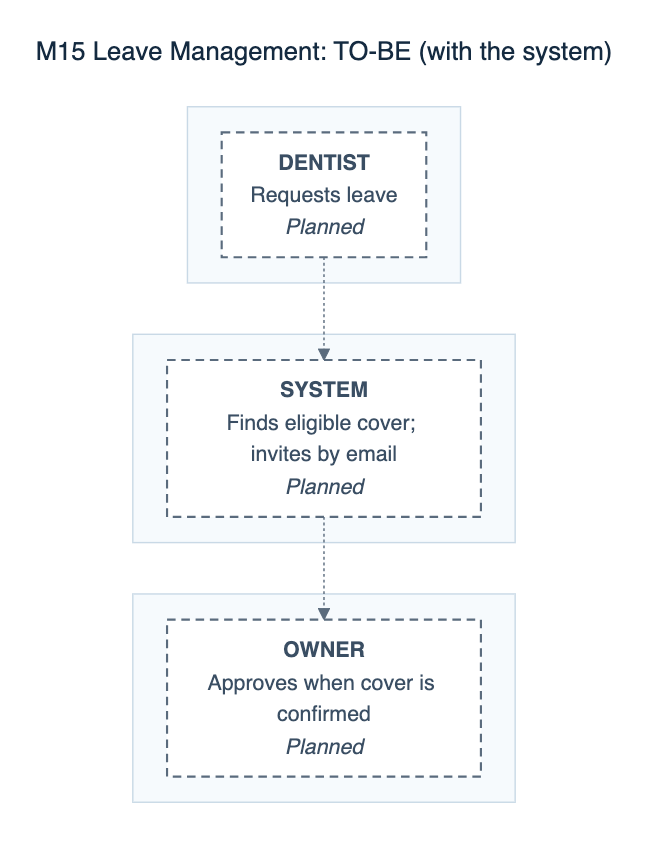
0phem/multibranch-dental-clinic keeps this Mermaid diagram as docs/defense/diagrams/png/M15-leave-management-to-be.png. Above is the earlier version. Its source is kept beside it as docs/defense/diagrams/M15-leave-management-to-be.mmd.
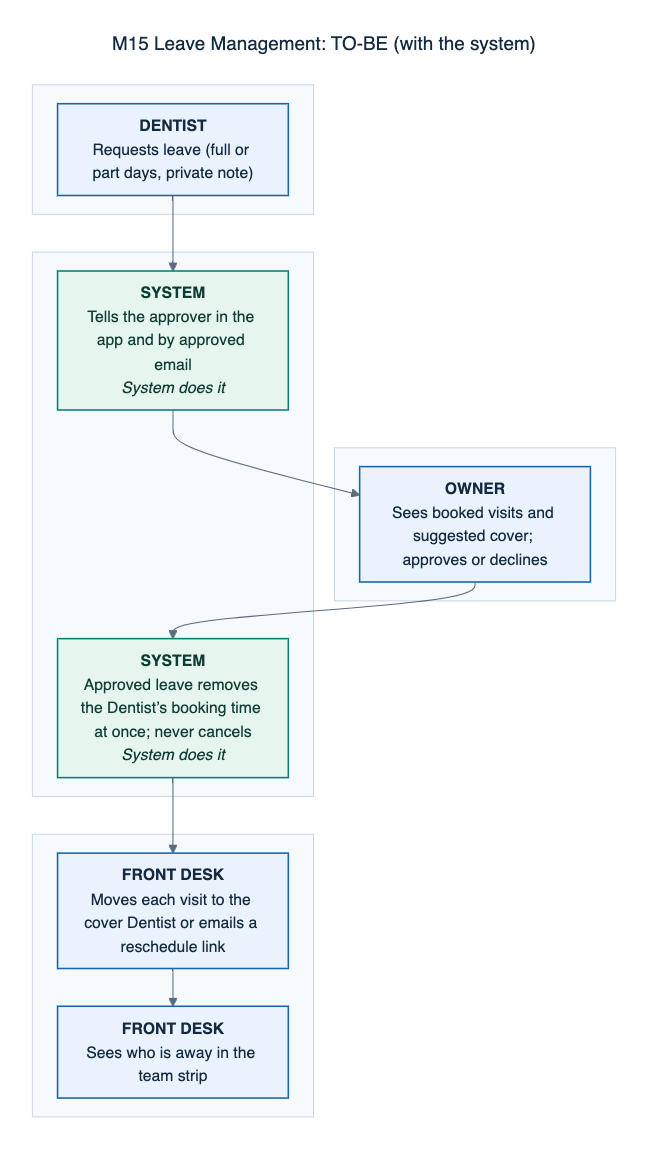
After the change.

What changed in the source:
```diff
@@ -2,20 +2,29 @@
 title: "M15 Leave Management: TO-BE (with the system)"
 ---
 flowchart TB
+    subgraph L1[" "]
+    direction LR
+      S4["<b>FRONT DESK</b><br/>Moves each visit to the cover Dentist or emails a reschedule link"]:::manual
+      S5["<b>FRONT DESK</b><br/>Sees who is away in the team strip"]:::manual
+    end
     subgraph L2[" "]
     direction LR
-      S0["<b>DENTIST</b><br/>Requests leave<br/><i>Planned</i>"]:::planned
+      S0["<b>DENTIST</b><br/>Requests leave (full or part days, private note)"]:::manual
     end
     subgraph L3[" "]
     direction LR
-      S2["<b>OWNER</b><br/>Approves when cover is confirmed<br/><i>Planned</i>"]:::planned
+      S2["<b>OWNER</b><br/>Sees booked visits and suggested cover; approves or declines"]:::manual
     end
     subgraph L4[" "]
     direction LR
-      S1["<b>SYSTEM</b><br/>Finds eligible cover; invites by email<br/><i>Planned</i>"]:::planned
+      S1["<b>SYSTEM</b><br/>Tells the approver in the app and by approved email<br/><i>System does it</i>"]:::auto
+      S3["<b>SYSTEM</b><br/>Approved leave removes the Dentist’s booking time at once; never cancels<br/><i>System does it</i>"]:::auto
     end
-    S0 -.-> S1
-    S1 -.-> S2
+    S0 --> S1
+    S1 --> S2
+    S2 --> S3
+    S3 --> S4
+    S4 --> S5
     classDef cited fill:#eaf3fd,stroke:#1865ac,color:#142a40,stroke-width:1.5px
     classDef confirm fill:#fffaf0,stroke:#b26a00,color:#5e3c00,stroke-width:1.5px,stroke-dasharray:6 4
     classDef auto fill:#e6f5ee,stroke:#0c7f75,color:#0f3d33,stroke-width:1.5px
```
